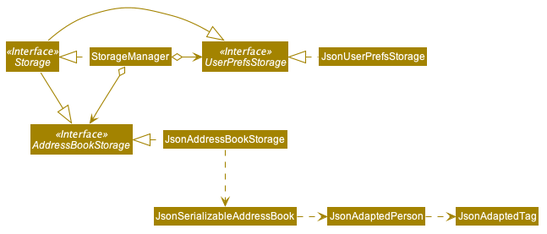
The PlantUML diagram docs/images/StorageClassDiagram.png in nus-cs2103-AY2021S2/tp, before a commit.
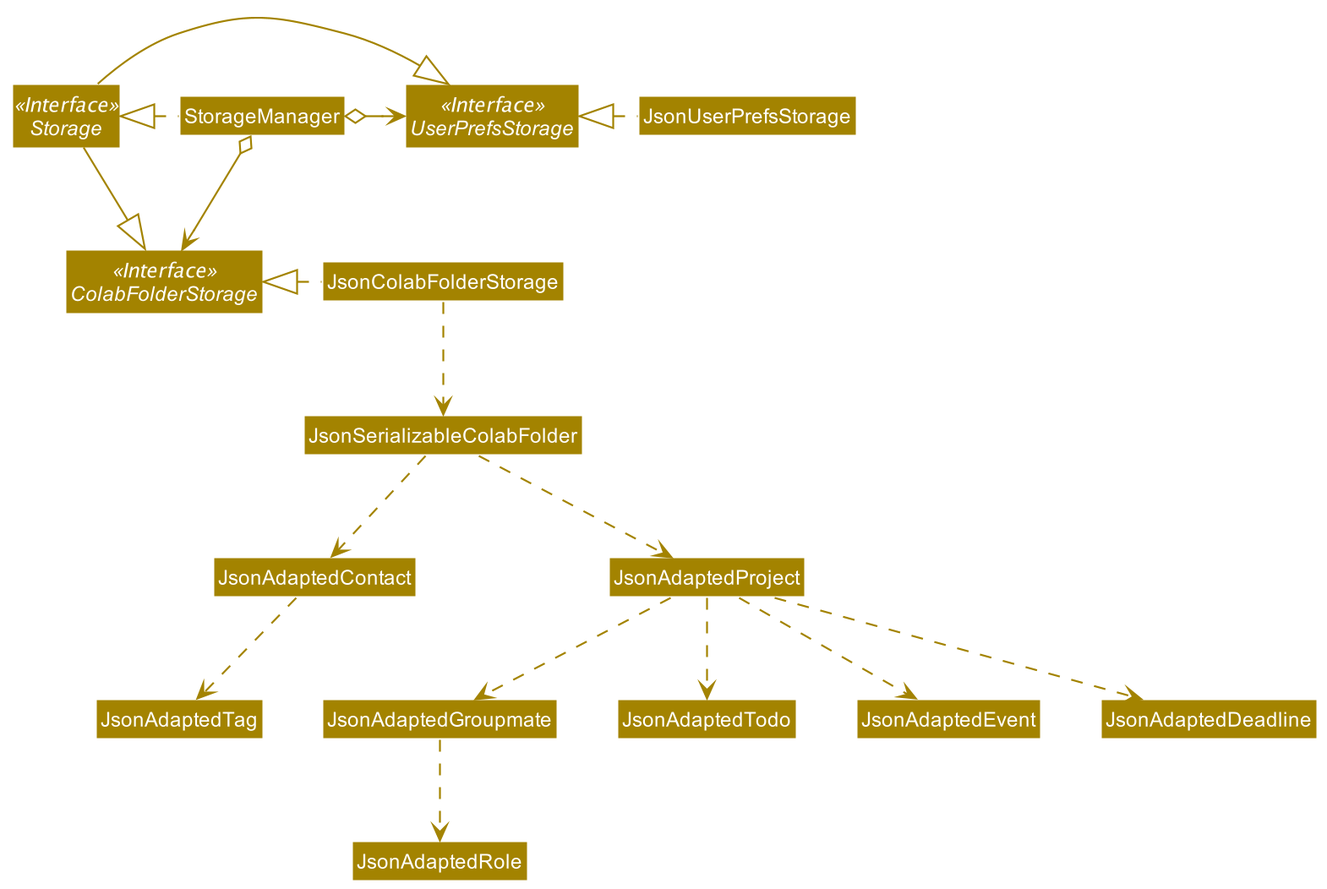
After the commit.

Commit message:
Update storage component

Change to the diagram source:
```diff
@@ -1,74 +1,36 @@
 @startuml
-
-
-
-
-
-
-
-
-skinparam BackgroundColor #FFFFFFF
-
-skinparam Shadowing false
-
-skinparam Class {
-    FontColor #FFFFFF
-    BorderThickness 1
-    BorderColor #FFFFFF
-    StereotypeFontColor #FFFFFF
-    FontName Arial
-}
-
-skinparam Actor {
-    BorderColor #000000
-    Color #000000
-    FontName Arial
-}
-
-skinparam Sequence {
-    MessageAlign center
-    BoxFontSize 15
-    BoxPadding 0
-    BoxFontColor #FFFFFF
-    FontName Arial
-}
-
-skinparam Participant {
-    FontColor #FFFFFFF
-    Padding 20
-}
-
-skinparam MinClassWidth 50
-skinparam ParticipantPadding 10
-skinparam Shadowing false
-skinparam DefaultTextAlignment center
-skinparam packageStyle Rectangle
-
-hide footbox
-hide members
-hide circle
+!include style.puml
 skinparam arrowThickness 1.1
-skinparam arrowColor #A38300
-skinparam classBackgroundColor #A38300
+skinparam arrowColor STORAGE_COLOR
+skinparam classBackgroundColor STORAGE_COLOR
 
 Interface Storage <<Interface>>
 Interface UserPrefsStorage <<Interface>>
-Interface AddressBookStorage <<Interface>>
+Interface ColabFolderStorage <<Interface>>
 
 Class StorageManager
 Class JsonUserPrefsStorage
-Class JsonAddressBookStorage
+Class JsonColabFolderStorage
 
 StorageManager .left.|> Storage
 StorageManager o-right-> UserPrefsStorage
-StorageManager o--> AddressBookStorage
+StorageManager o--> ColabFolderStorage
 
 Storage -|> UserPrefsStorage
-Storage -|> AddressBookStorage
+Storage -|> ColabFolderStorage
 
 JsonUserPrefsStorage .left.|> UserPrefsStorage
-JsonAddressBookStorage .left.|> AddressBookStorage
-JsonAddressBookStorage .down.> JsonSerializableAddressBook
-JsonSerializableAddressBook .right.> JsonAdaptedPerson
-JsonAdaptedPerson .right.> JsonAdaptedTag
+JsonColabFolderStorage .left.|> ColabFolderStorage
+JsonColabFolderStorage .down.> JsonSerializableColabFolder
+
+JsonSerializableColabFolder ..> JsonAdaptedContact
+JsonSerializableColabFolder ..> JsonAdaptedProject
+
+JsonAdaptedProject ..> JsonAdaptedGroupmate
+JsonAdaptedProject ..> JsonAdaptedTodo
+JsonAdaptedProject ..> JsonAdaptedEvent
+JsonAdaptedProject ..> JsonAdaptedDeadline
+
+JsonAdaptedContact ..> JsonAdaptedTag
+JsonAdaptedGroupmate ..> JsonAdaptedRole
 @enduml
```
